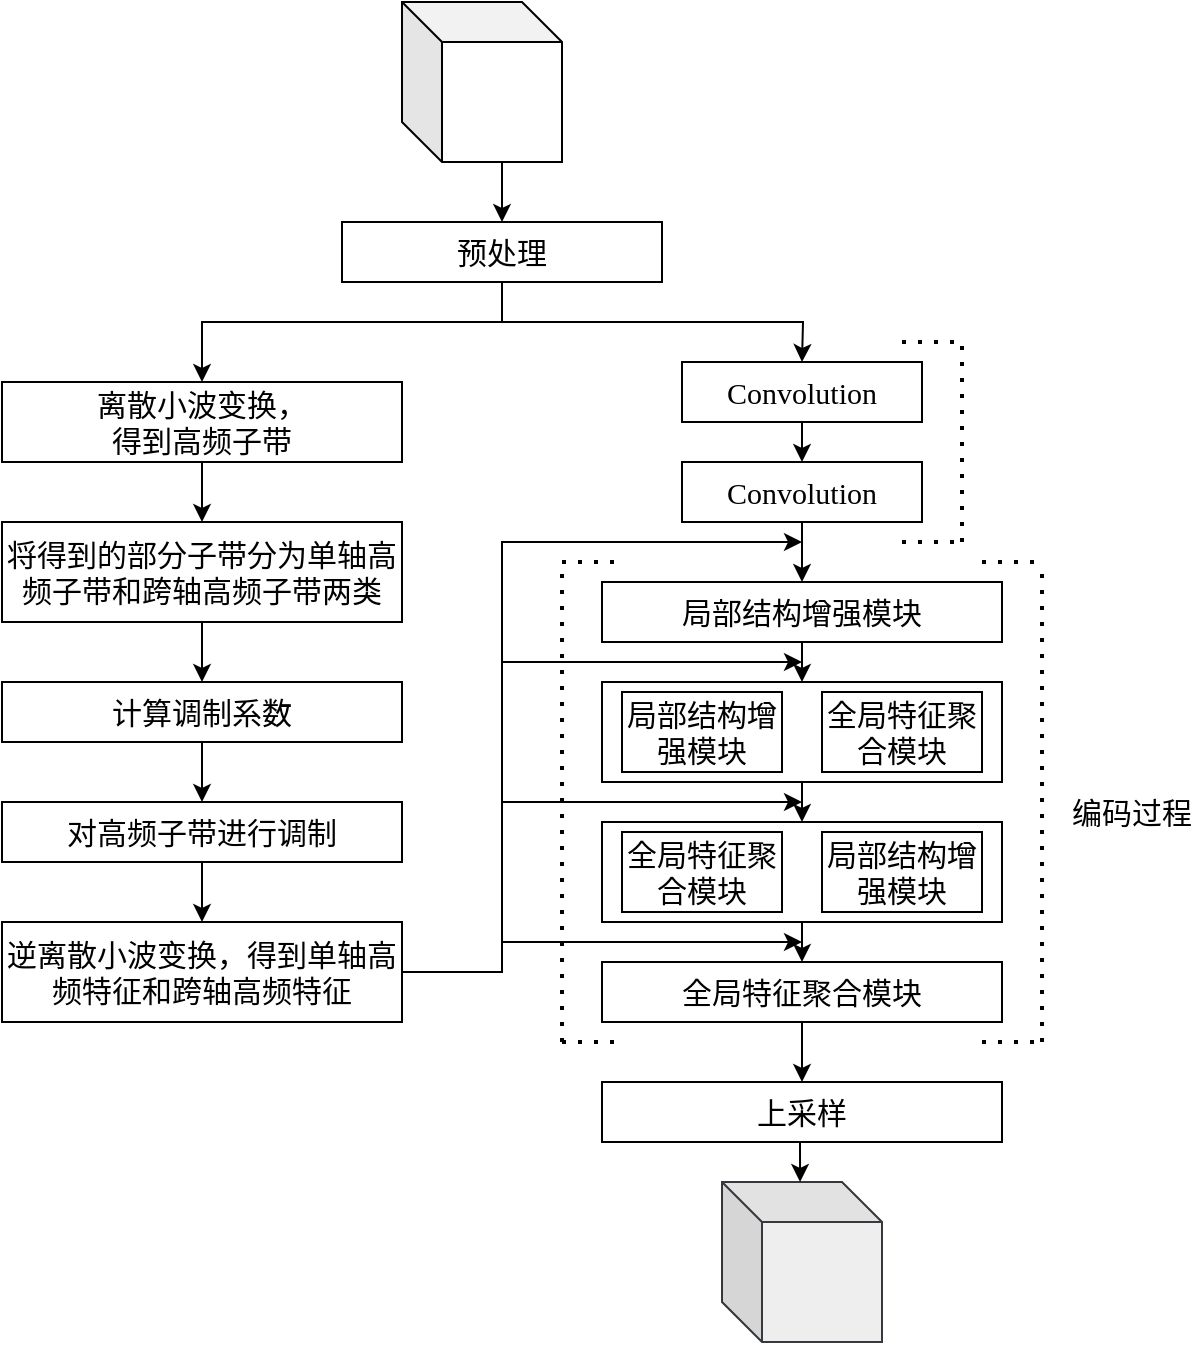
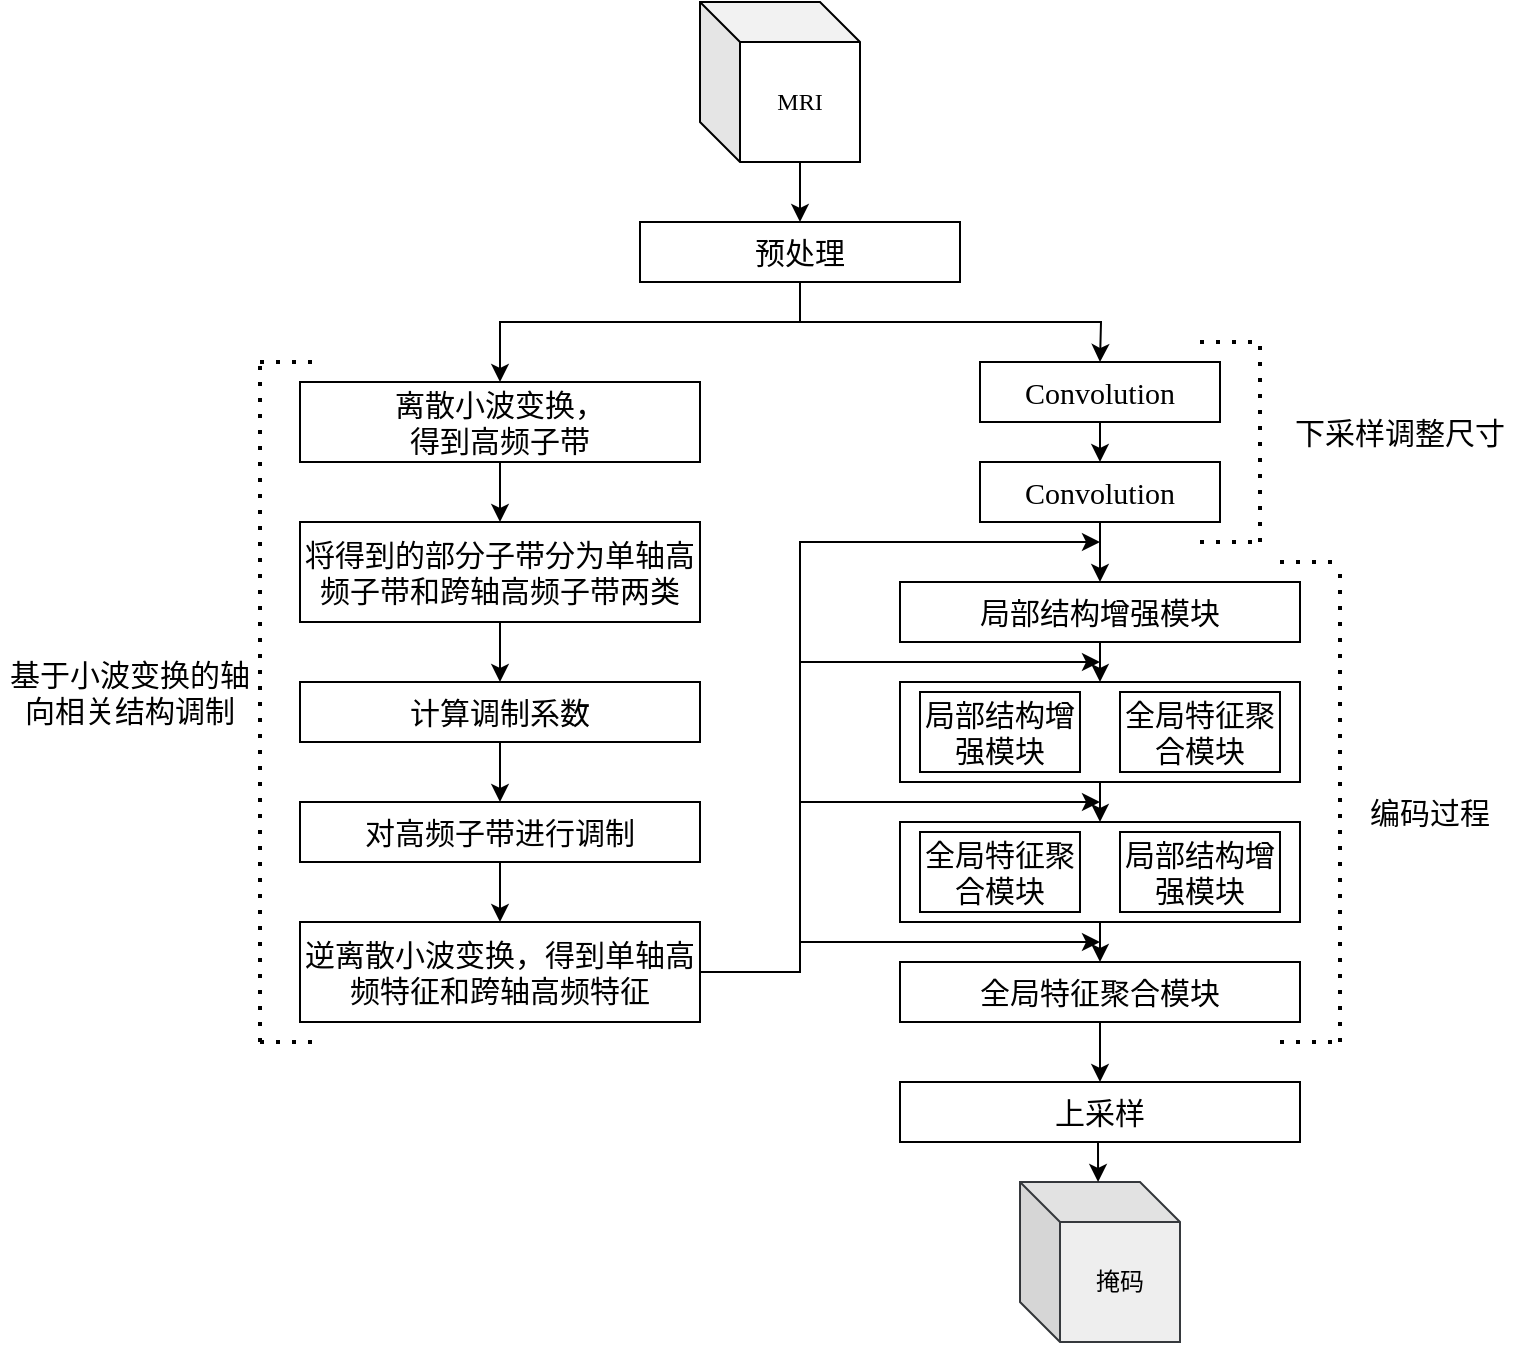
<mxfile host="app.diagrams.net">
  <diagram name="第 1 页" id="5Iq7FNl4cahkRyelhEuZ">
    <mxGraphModel dx="1406" dy="754" grid="1" gridSize="10" guides="1" tooltips="1" connect="1" arrows="1" fold="1" page="1" pageScale="1" pageWidth="827" pageHeight="1169" math="0" shadow="0">
      <root>
        <mxCell id="0" />
        <mxCell id="1" parent="0" />
        <mxCell id="zwdBU7YMSMu1EzGOEkfI-1" edge="1" parent="1" source="zwdBU7YMSMu1EzGOEkfI-3" style="edgeStyle=orthogonalEdgeStyle;rounded=0;orthogonalLoop=1;jettySize=auto;html=1;exitX=0.5;exitY=1;exitDx=0;exitDy=0;entryX=0.5;entryY=0;entryDx=0;entryDy=0;fontFamily=Times New Roman;" target="1ujZz8C-JaTFy7bkJe4T-16">
          <mxGeometry relative="1" as="geometry">
            <Array as="points">
              <mxPoint x="410" y="180" />
              <mxPoint x="260" y="180" />
            </Array>
            <mxPoint x="260" y="200" as="targetPoint" />
          </mxGeometry>
        </mxCell>
        <mxCell id="zwdBU7YMSMu1EzGOEkfI-2" edge="1" parent="1" source="zwdBU7YMSMu1EzGOEkfI-3" style="edgeStyle=orthogonalEdgeStyle;rounded=0;orthogonalLoop=1;jettySize=auto;html=1;exitX=0.5;exitY=1;exitDx=0;exitDy=0;fontFamily=Times New Roman;">
          <mxGeometry relative="1" as="geometry">
            <mxPoint x="560" y="200" as="targetPoint" />
          </mxGeometry>
        </mxCell>
        <mxCell id="zwdBU7YMSMu1EzGOEkfI-3" parent="1" style="rounded=0;whiteSpace=wrap;html=1;fontFamily=Times New Roman;" value="&lt;font style=&quot;font-size: 15px;&quot;&gt;预处理&lt;/font&gt;" vertex="1">
          <mxGeometry height="30" width="160" x="330" y="130" as="geometry" />
        </mxCell>
-         <mxCell id="zwdBU7YMSMu1EzGOEkfI-4" parent="1" style="shape=cube;whiteSpace=wrap;html=1;boundedLbl=1;backgroundOutline=1;darkOpacity=0.05;darkOpacity2=0.1;fontFamily=Times New Roman;" value="" vertex="1">
+         <mxCell id="zwdBU7YMSMu1EzGOEkfI-4" parent="1" style="shape=cube;whiteSpace=wrap;html=1;boundedLbl=1;backgroundOutline=1;darkOpacity=0.05;darkOpacity2=0.1;fontFamily=Times New Roman;" value="MRI" vertex="1">
          <mxGeometry height="80" width="80" x="360" y="20" as="geometry" />
        </mxCell>
        <mxCell id="zwdBU7YMSMu1EzGOEkfI-5" edge="1" parent="1" source="zwdBU7YMSMu1EzGOEkfI-4" style="endArrow=classic;html=1;rounded=0;exitX=0;exitY=0;exitDx=50;exitDy=80;exitPerimeter=0;entryX=0.5;entryY=0;entryDx=0;entryDy=0;fontFamily=Times New Roman;" target="zwdBU7YMSMu1EzGOEkfI-3" value="">
          <mxGeometry height="50" relative="1" width="50" as="geometry">
            <Array as="points" />
            <mxPoint x="470" y="450" as="sourcePoint" />
            <mxPoint x="470" y="470" as="targetPoint" />
          </mxGeometry>
        </mxCell>
        <mxCell id="1ujZz8C-JaTFy7bkJe4T-23" edge="1" parent="1" source="zwdBU7YMSMu1EzGOEkfI-6" style="edgeStyle=orthogonalEdgeStyle;rounded=0;orthogonalLoop=1;jettySize=auto;html=1;exitX=0.5;exitY=1;exitDx=0;exitDy=0;entryX=0.5;entryY=0;entryDx=0;entryDy=0;" target="zwdBU7YMSMu1EzGOEkfI-13">
          <mxGeometry relative="1" as="geometry" />
        </mxCell>
        <mxCell id="zwdBU7YMSMu1EzGOEkfI-6" parent="1" style="rounded=0;whiteSpace=wrap;html=1;fontFamily=Times New Roman;" value="&lt;font style=&quot;font-size: 15px;&quot;&gt;Convolution&lt;/font&gt;" vertex="1">
          <mxGeometry height="30" width="120" x="500" y="250" as="geometry" />
        </mxCell>
        <mxCell id="zwdBU7YMSMu1EzGOEkfI-8" edge="1" parent="1" source="zwdBU7YMSMu1EzGOEkfI-7" style="edgeStyle=orthogonalEdgeStyle;rounded=0;orthogonalLoop=1;jettySize=auto;html=1;exitX=0.5;exitY=1;exitDx=0;exitDy=0;entryX=0.5;entryY=0;entryDx=0;entryDy=0;fontFamily=Times New Roman;" target="zwdBU7YMSMu1EzGOEkfI-6">
          <mxGeometry relative="1" as="geometry">
            <Array as="points">
              <mxPoint x="560" y="240" />
              <mxPoint x="560" y="240" />
            </Array>
          </mxGeometry>
        </mxCell>
        <mxCell id="zwdBU7YMSMu1EzGOEkfI-7" parent="1" style="rounded=0;whiteSpace=wrap;html=1;fontFamily=Times New Roman;" value="&lt;font style=&quot;font-size: 15px;&quot;&gt;Convolution&lt;/font&gt;" vertex="1">
          <mxGeometry height="30" width="120" x="500" y="200" as="geometry" />
        </mxCell>
        <mxCell id="zwdBU7YMSMu1EzGOEkfI-9" edge="1" parent="1" style="endArrow=none;dashed=1;html=1;dashPattern=1 3;strokeWidth=2;rounded=0;fontFamily=Times New Roman;" value="">
          <mxGeometry height="50" relative="1" width="50" as="geometry">
            <mxPoint x="610" y="190" as="sourcePoint" />
            <mxPoint x="640" y="190" as="targetPoint" />
          </mxGeometry>
        </mxCell>
        <mxCell id="zwdBU7YMSMu1EzGOEkfI-10" edge="1" parent="1" style="endArrow=none;dashed=1;html=1;dashPattern=1 3;strokeWidth=2;rounded=0;fontFamily=Times New Roman;" value="">
          <mxGeometry height="50" relative="1" width="50" as="geometry">
            <mxPoint x="640" y="290" as="sourcePoint" />
            <mxPoint x="640" y="190" as="targetPoint" />
          </mxGeometry>
        </mxCell>
        <mxCell id="zwdBU7YMSMu1EzGOEkfI-11" edge="1" parent="1" style="endArrow=none;dashed=1;html=1;dashPattern=1 3;strokeWidth=2;rounded=0;fontFamily=Times New Roman;" value="">
          <mxGeometry height="50" relative="1" width="50" as="geometry">
            <mxPoint x="610" y="290" as="sourcePoint" />
            <mxPoint x="640" y="290" as="targetPoint" />
          </mxGeometry>
        </mxCell>
        <mxCell id="1ujZz8C-JaTFy7bkJe4T-10" edge="1" parent="1" source="zwdBU7YMSMu1EzGOEkfI-13" style="edgeStyle=orthogonalEdgeStyle;rounded=0;orthogonalLoop=1;jettySize=auto;html=1;exitX=0.5;exitY=1;exitDx=0;exitDy=0;entryX=0.5;entryY=0;entryDx=0;entryDy=0;fontFamily=Times New Roman;" target="1ujZz8C-JaTFy7bkJe4T-4">
          <mxGeometry relative="1" as="geometry" />
        </mxCell>
        <mxCell id="zwdBU7YMSMu1EzGOEkfI-13" parent="1" style="rounded=0;whiteSpace=wrap;html=1;fontFamily=Times New Roman;" value="&lt;span style=&quot;font-size: 15px;&quot;&gt;局部&lt;/span&gt;&lt;font style=&quot;font-size: 15px;&quot;&gt;结构增强&lt;/font&gt;&lt;span style=&quot;font-size: 15px;&quot;&gt;模块&lt;/span&gt;" vertex="1">
          <mxGeometry height="30" width="200" x="460" y="310" as="geometry" />
        </mxCell>
        <mxCell id="1ujZz8C-JaTFy7bkJe4T-14" edge="1" parent="1" source="1ujZz8C-JaTFy7bkJe4T-3" style="edgeStyle=orthogonalEdgeStyle;rounded=0;orthogonalLoop=1;jettySize=auto;html=1;exitX=0.5;exitY=1;exitDx=0;exitDy=0;fontFamily=Times New Roman;">
          <mxGeometry relative="1" as="geometry">
            <mxPoint x="560" y="560" as="targetPoint" />
          </mxGeometry>
        </mxCell>
        <mxCell id="1ujZz8C-JaTFy7bkJe4T-3" parent="1" style="rounded=0;whiteSpace=wrap;html=1;fontFamily=Times New Roman;" value="&lt;span style=&quot;font-size: 15px;&quot;&gt;全局特征聚合模块&lt;/span&gt;" vertex="1">
          <mxGeometry height="30" width="200" x="460" y="500" as="geometry" />
        </mxCell>
        <mxCell id="1ujZz8C-JaTFy7bkJe4T-6" connectable="0" parent="1" style="group;fontFamily=Times New Roman;" value="" vertex="1">
          <mxGeometry height="50" width="200" x="460" y="360" as="geometry" />
        </mxCell>
        <mxCell id="1ujZz8C-JaTFy7bkJe4T-4" parent="1ujZz8C-JaTFy7bkJe4T-6" style="rounded=0;whiteSpace=wrap;html=1;fontFamily=Times New Roman;" value="" vertex="1">
          <mxGeometry height="50" width="200" as="geometry" />
        </mxCell>
        <mxCell id="zwdBU7YMSMu1EzGOEkfI-14" parent="1ujZz8C-JaTFy7bkJe4T-6" style="rounded=0;whiteSpace=wrap;html=1;fontFamily=Times New Roman;" value="&lt;span style=&quot;font-size: 15px;&quot;&gt;局部&lt;/span&gt;&lt;font style=&quot;font-size: 15px;&quot;&gt;结构增强&lt;/font&gt;&lt;span style=&quot;font-size: 15px;&quot;&gt;模块&lt;/span&gt;" vertex="1">
          <mxGeometry height="40" width="80" x="10" y="5" as="geometry" />
        </mxCell>
        <mxCell id="zwdBU7YMSMu1EzGOEkfI-15" parent="1ujZz8C-JaTFy7bkJe4T-6" style="rounded=0;whiteSpace=wrap;html=1;fontFamily=Times New Roman;" value="&lt;span style=&quot;font-size: 15px;&quot;&gt;全局特征聚合模块&lt;/span&gt;" vertex="1">
          <mxGeometry height="40" width="80" x="110" y="5" as="geometry" />
        </mxCell>
        <mxCell id="1ujZz8C-JaTFy7bkJe4T-7" connectable="0" parent="1" style="group;fontFamily=Times New Roman;" value="" vertex="1">
          <mxGeometry height="50" width="200" x="460" y="430" as="geometry" />
        </mxCell>
        <mxCell id="1ujZz8C-JaTFy7bkJe4T-5" parent="1ujZz8C-JaTFy7bkJe4T-7" style="rounded=0;whiteSpace=wrap;html=1;fontFamily=Times New Roman;" value="" vertex="1">
          <mxGeometry height="50" width="200" as="geometry" />
        </mxCell>
        <mxCell id="1ujZz8C-JaTFy7bkJe4T-1" parent="1ujZz8C-JaTFy7bkJe4T-7" style="rounded=0;whiteSpace=wrap;html=1;fontFamily=Times New Roman;" value="&lt;span style=&quot;font-size: 15px;&quot;&gt;全局特征聚合模块&lt;/span&gt;" vertex="1">
          <mxGeometry height="40" width="80" x="10" y="5" as="geometry" />
        </mxCell>
        <mxCell id="1ujZz8C-JaTFy7bkJe4T-2" parent="1ujZz8C-JaTFy7bkJe4T-7" style="rounded=0;whiteSpace=wrap;html=1;fontFamily=Times New Roman;" value="&lt;span style=&quot;font-size: 15px;&quot;&gt;局部&lt;/span&gt;&lt;font style=&quot;font-size: 15px;&quot;&gt;结构增强&lt;/font&gt;&lt;span style=&quot;font-size: 15px;&quot;&gt;模块&lt;/span&gt;" vertex="1">
          <mxGeometry height="40" width="80" x="110" y="5" as="geometry" />
        </mxCell>
        <mxCell id="1ujZz8C-JaTFy7bkJe4T-11" edge="1" parent="1" source="1ujZz8C-JaTFy7bkJe4T-4" style="edgeStyle=orthogonalEdgeStyle;rounded=0;orthogonalLoop=1;jettySize=auto;html=1;exitX=0.5;exitY=1;exitDx=0;exitDy=0;entryX=0.5;entryY=0;entryDx=0;entryDy=0;fontFamily=Times New Roman;" target="1ujZz8C-JaTFy7bkJe4T-5">
          <mxGeometry relative="1" as="geometry" />
        </mxCell>
        <mxCell id="1ujZz8C-JaTFy7bkJe4T-13" edge="1" parent="1" source="1ujZz8C-JaTFy7bkJe4T-5" style="edgeStyle=orthogonalEdgeStyle;rounded=0;orthogonalLoop=1;jettySize=auto;html=1;exitX=0.5;exitY=1;exitDx=0;exitDy=0;entryX=0.5;entryY=0;entryDx=0;entryDy=0;fontFamily=Times New Roman;" target="1ujZz8C-JaTFy7bkJe4T-3">
          <mxGeometry relative="1" as="geometry" />
        </mxCell>
        <mxCell id="1ujZz8C-JaTFy7bkJe4T-15" parent="1" style="rounded=0;whiteSpace=wrap;html=1;fontFamily=Times New Roman;" value="&lt;font style=&quot;font-size: 15px;&quot;&gt;上采样&lt;/font&gt;" vertex="1">
          <mxGeometry height="30" width="200" x="460" y="560" as="geometry" />
        </mxCell>
        <mxCell id="1ujZz8C-JaTFy7bkJe4T-42" edge="1" parent="1" source="1ujZz8C-JaTFy7bkJe4T-16" style="edgeStyle=orthogonalEdgeStyle;rounded=0;orthogonalLoop=1;jettySize=auto;html=1;exitX=0.5;exitY=1;exitDx=0;exitDy=0;entryX=0.5;entryY=0;entryDx=0;entryDy=0;" target="1ujZz8C-JaTFy7bkJe4T-26">
          <mxGeometry relative="1" as="geometry" />
        </mxCell>
        <mxCell id="1ujZz8C-JaTFy7bkJe4T-16" parent="1" style="rounded=0;whiteSpace=wrap;html=1;fontFamily=Times New Roman;" value="&lt;span style=&quot;font-size: 15px;&quot;&gt;离散小波变换，&lt;/span&gt;&lt;div&gt;&lt;span style=&quot;font-size: 15px;&quot;&gt;得到高频子带&lt;/span&gt;&lt;/div&gt;" vertex="1">
          <mxGeometry height="40" width="200" x="160" y="210" as="geometry" />
        </mxCell>
        <mxCell id="1ujZz8C-JaTFy7bkJe4T-17" edge="1" parent="1" style="endArrow=none;dashed=1;html=1;dashPattern=1 3;strokeWidth=2;rounded=0;fontFamily=Times New Roman;" value="">
          <mxGeometry height="50" relative="1" width="50" as="geometry">
            <mxPoint x="650" y="300" as="sourcePoint" />
            <mxPoint x="680" y="300" as="targetPoint" />
          </mxGeometry>
        </mxCell>
        <mxCell id="1ujZz8C-JaTFy7bkJe4T-18" edge="1" parent="1" style="endArrow=none;dashed=1;html=1;dashPattern=1 3;strokeWidth=2;rounded=0;fontFamily=Times New Roman;" value="">
          <mxGeometry height="50" relative="1" width="50" as="geometry">
            <mxPoint x="680" y="540" as="sourcePoint" />
            <mxPoint x="680" y="300" as="targetPoint" />
          </mxGeometry>
        </mxCell>
        <mxCell id="1ujZz8C-JaTFy7bkJe4T-19" edge="1" parent="1" style="endArrow=none;dashed=1;html=1;dashPattern=1 3;strokeWidth=2;rounded=0;fontFamily=Times New Roman;" value="">
          <mxGeometry height="50" relative="1" width="50" as="geometry">
            <mxPoint x="650" y="540" as="sourcePoint" />
            <mxPoint x="680" y="540" as="targetPoint" />
          </mxGeometry>
        </mxCell>
        <mxCell id="1ujZz8C-JaTFy7bkJe4T-20" parent="1" style="text;html=1;whiteSpace=wrap;strokeColor=none;fillColor=none;align=center;verticalAlign=middle;rounded=0;" value="&lt;font style=&quot;font-size: 15px;&quot;&gt;编码过程&lt;/font&gt;" vertex="1">
          <mxGeometry height="30" width="70" x="690" y="410" as="geometry" />
        </mxCell>
        <mxCell id="1ujZz8C-JaTFy7bkJe4T-34" edge="1" parent="1" source="1ujZz8C-JaTFy7bkJe4T-21" style="edgeStyle=orthogonalEdgeStyle;rounded=0;orthogonalLoop=1;jettySize=auto;html=1;exitX=1;exitY=0.5;exitDx=0;exitDy=0;">
          <mxGeometry relative="1" as="geometry">
            <Array as="points">
              <mxPoint x="410" y="505" />
              <mxPoint x="410" y="490" />
            </Array>
            <mxPoint x="560" y="490" as="targetPoint" />
          </mxGeometry>
        </mxCell>
        <mxCell id="1ujZz8C-JaTFy7bkJe4T-35" edge="1" parent="1" source="1ujZz8C-JaTFy7bkJe4T-21" style="edgeStyle=orthogonalEdgeStyle;rounded=0;orthogonalLoop=1;jettySize=auto;html=1;exitX=1;exitY=0.5;exitDx=0;exitDy=0;">
          <mxGeometry relative="1" as="geometry">
            <Array as="points">
              <mxPoint x="410" y="505" />
              <mxPoint x="410" y="420" />
            </Array>
            <mxPoint x="560" y="420" as="targetPoint" />
          </mxGeometry>
        </mxCell>
        <mxCell id="1ujZz8C-JaTFy7bkJe4T-36" edge="1" parent="1" source="1ujZz8C-JaTFy7bkJe4T-21" style="edgeStyle=orthogonalEdgeStyle;rounded=0;orthogonalLoop=1;jettySize=auto;html=1;exitX=1;exitY=0.5;exitDx=0;exitDy=0;">
          <mxGeometry relative="1" as="geometry">
            <Array as="points">
              <mxPoint x="410" y="505" />
              <mxPoint x="410" y="350" />
            </Array>
            <mxPoint x="560" y="350" as="targetPoint" />
          </mxGeometry>
        </mxCell>
        <mxCell id="1ujZz8C-JaTFy7bkJe4T-37" edge="1" parent="1" source="1ujZz8C-JaTFy7bkJe4T-21" style="edgeStyle=orthogonalEdgeStyle;rounded=0;orthogonalLoop=1;jettySize=auto;html=1;exitX=1;exitY=0.5;exitDx=0;exitDy=0;">
          <mxGeometry relative="1" as="geometry">
            <Array as="points">
              <mxPoint x="410" y="505" />
              <mxPoint x="410" y="290" />
            </Array>
            <mxPoint x="560" y="290" as="targetPoint" />
          </mxGeometry>
        </mxCell>
        <mxCell id="1ujZz8C-JaTFy7bkJe4T-21" parent="1" style="rounded=0;whiteSpace=wrap;html=1;fontFamily=Times New Roman;" value="&lt;span style=&quot;font-size: 15px;&quot;&gt;逆离散小波变换，得到单轴高频特征和跨轴高频特征&lt;/span&gt;" vertex="1">
          <mxGeometry height="50" width="200" x="160" y="480" as="geometry" />
        </mxCell>
-         <mxCell id="1ujZz8C-JaTFy7bkJe4T-24" parent="1" style="shape=cube;whiteSpace=wrap;html=1;boundedLbl=1;backgroundOutline=1;darkOpacity=0.05;darkOpacity2=0.1;fontFamily=Times New Roman;fillColor=#eeeeee;strokeColor=#36393d;" value="" vertex="1">
+         <mxCell id="1ujZz8C-JaTFy7bkJe4T-24" parent="1" style="shape=cube;whiteSpace=wrap;html=1;boundedLbl=1;backgroundOutline=1;darkOpacity=0.05;darkOpacity2=0.1;fontFamily=Times New Roman;fillColor=#eeeeee;strokeColor=#36393d;" value="掩码" vertex="1">
          <mxGeometry height="80" width="80" x="520" y="610" as="geometry" />
        </mxCell>
        <mxCell id="1ujZz8C-JaTFy7bkJe4T-25" edge="1" parent="1" source="1ujZz8C-JaTFy7bkJe4T-15" style="edgeStyle=orthogonalEdgeStyle;rounded=0;orthogonalLoop=1;jettySize=auto;html=1;exitX=0.5;exitY=1;exitDx=0;exitDy=0;entryX=0.488;entryY=0;entryDx=0;entryDy=0;entryPerimeter=0;" target="1ujZz8C-JaTFy7bkJe4T-24">
          <mxGeometry relative="1" as="geometry" />
        </mxCell>
        <mxCell id="1ujZz8C-JaTFy7bkJe4T-43" edge="1" parent="1" source="1ujZz8C-JaTFy7bkJe4T-26" style="edgeStyle=orthogonalEdgeStyle;rounded=0;orthogonalLoop=1;jettySize=auto;html=1;exitX=0.5;exitY=1;exitDx=0;exitDy=0;entryX=0.5;entryY=0;entryDx=0;entryDy=0;" target="1ujZz8C-JaTFy7bkJe4T-30">
          <mxGeometry relative="1" as="geometry" />
        </mxCell>
        <mxCell id="1ujZz8C-JaTFy7bkJe4T-26" parent="1" style="rounded=0;whiteSpace=wrap;html=1;fontFamily=Times New Roman;" value="&lt;span style=&quot;color: rgb(0, 0, 0); font-family: &amp;quot;Times New Roman&amp;quot;; font-size: 15px; font-style: normal; font-variant-ligatures: normal; font-variant-caps: normal; font-weight: 400; letter-spacing: normal; orphans: 2; text-align: center; text-indent: 0px; text-transform: none; widows: 2; word-spacing: 0px; -webkit-text-stroke-width: 0px; white-space: normal; text-decoration-thickness: initial; text-decoration-style: initial; text-decoration-color: initial; float: none; background-color: light-dark(#ffffff, var(--ge-dark-color, #121212)); display: inline !important;&quot;&gt;将得到的部分子带分为单轴高频子带和跨轴高频子带两类&lt;/span&gt;" vertex="1">
          <mxGeometry height="50" width="200" x="160" y="280" as="geometry" />
        </mxCell>
        <mxCell id="1ujZz8C-JaTFy7bkJe4T-27" edge="1" parent="1" style="endArrow=none;dashed=1;html=1;dashPattern=1 3;strokeWidth=2;rounded=0;fontFamily=Times New Roman;" value="">
          <mxGeometry height="50" relative="1" width="50" as="geometry">
-             <mxPoint x="440" y="540" as="sourcePoint" />
-             <mxPoint x="440" y="300" as="targetPoint" />
+             <mxPoint x="140" y="540" as="sourcePoint" />
+             <mxPoint x="140" y="200" as="targetPoint" />
          </mxGeometry>
        </mxCell>
        <mxCell id="1ujZz8C-JaTFy7bkJe4T-28" edge="1" parent="1" style="endArrow=none;dashed=1;html=1;dashPattern=1 3;strokeWidth=2;rounded=0;fontFamily=Times New Roman;" value="">
          <mxGeometry height="50" relative="1" width="50" as="geometry">
-             <mxPoint x="440" y="300" as="sourcePoint" />
-             <mxPoint x="470" y="300" as="targetPoint" />
+             <mxPoint x="140" y="200" as="sourcePoint" />
+             <mxPoint x="170" y="200" as="targetPoint" />
          </mxGeometry>
        </mxCell>
        <mxCell id="1ujZz8C-JaTFy7bkJe4T-29" edge="1" parent="1" style="endArrow=none;dashed=1;html=1;dashPattern=1 3;strokeWidth=2;rounded=0;fontFamily=Times New Roman;" value="">
          <mxGeometry height="50" relative="1" width="50" as="geometry">
-             <mxPoint x="440" y="540" as="sourcePoint" />
-             <mxPoint x="470" y="540" as="targetPoint" />
+             <mxPoint x="140" y="540" as="sourcePoint" />
+             <mxPoint x="170" y="540" as="targetPoint" />
          </mxGeometry>
        </mxCell>
        <mxCell id="1ujZz8C-JaTFy7bkJe4T-44" edge="1" parent="1" source="1ujZz8C-JaTFy7bkJe4T-30" style="edgeStyle=orthogonalEdgeStyle;rounded=0;orthogonalLoop=1;jettySize=auto;html=1;exitX=0.5;exitY=1;exitDx=0;exitDy=0;entryX=0.5;entryY=0;entryDx=0;entryDy=0;" target="1ujZz8C-JaTFy7bkJe4T-39">
          <mxGeometry relative="1" as="geometry" />
        </mxCell>
        <mxCell id="1ujZz8C-JaTFy7bkJe4T-30" parent="1" style="rounded=0;whiteSpace=wrap;html=1;fontFamily=Times New Roman;" value="&lt;span style=&quot;font-size: 15px;&quot;&gt;计算调制系数&lt;/span&gt;" vertex="1">
          <mxGeometry height="30" width="200" x="160" y="360" as="geometry" />
        </mxCell>
        <mxCell id="1ujZz8C-JaTFy7bkJe4T-41" edge="1" parent="1" source="1ujZz8C-JaTFy7bkJe4T-39" style="edgeStyle=orthogonalEdgeStyle;rounded=0;orthogonalLoop=1;jettySize=auto;html=1;exitX=0.5;exitY=1;exitDx=0;exitDy=0;" target="1ujZz8C-JaTFy7bkJe4T-21">
          <mxGeometry relative="1" as="geometry" />
        </mxCell>
        <mxCell id="1ujZz8C-JaTFy7bkJe4T-39" parent="1" style="rounded=0;whiteSpace=wrap;html=1;fontFamily=Times New Roman;" value="&lt;font style=&quot;font-size: 15px;&quot;&gt;对高频子带进行调制&lt;/font&gt;" vertex="1">
          <mxGeometry height="30" width="200" x="160" y="420" as="geometry" />
+         </mxCell>
+         <mxCell id="1ujZz8C-JaTFy7bkJe4T-45" parent="1" style="text;html=1;whiteSpace=wrap;strokeColor=none;fillColor=none;align=center;verticalAlign=middle;rounded=0;" value="&lt;span style=&quot;font-size: 15px;&quot;&gt;下采样调整尺寸&lt;/span&gt;" vertex="1">
+           <mxGeometry height="30" width="120" x="650" y="220" as="geometry" />
+         </mxCell>
+         <mxCell id="1ujZz8C-JaTFy7bkJe4T-46" parent="1" style="text;html=1;whiteSpace=wrap;strokeColor=none;fillColor=none;align=center;verticalAlign=middle;rounded=0;" value="&lt;font face=&quot;Times New Roman&quot; style=&quot;font-size: 15px;&quot;&gt;基于小波变换的轴向相关结构调制&lt;/font&gt;" vertex="1">
+           <mxGeometry height="30" width="130" x="10" y="350" as="geometry" />
        </mxCell>
      </root>
    </mxGraphModel>
  </diagram>
</mxfile>
